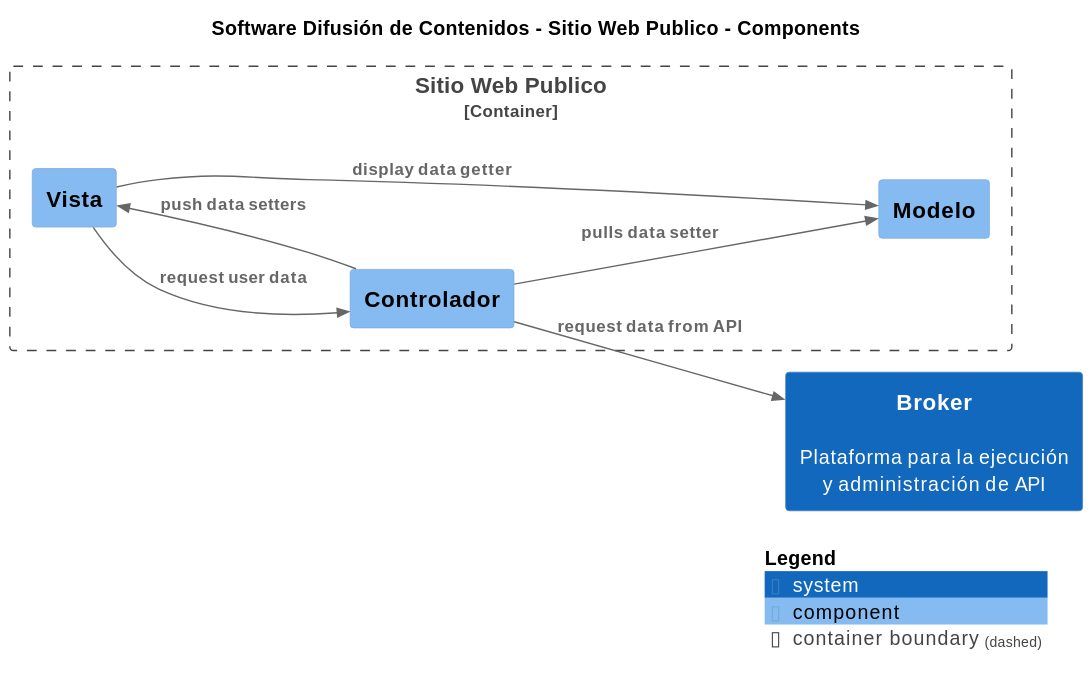
Earlier version of the PlantUML export build/site/svg/Component-001-Component-001.svg (nbrx/c4-dcc-arq). Its source is kept beside it as build/site/puml/Component-001-Component-001.puml. Source of this version:
```plantuml
@startuml
set separator none
title Software Difusión de Contenidos - Sitio Web Publico - Components

left to right direction

!include <C4/C4>
!include <C4/C4_Context>
!include <C4/C4_Component>

skinparam svgDimensionStyle false
skinparam preserveAspectRatio meet
System(Broker, "Broker", "Plataforma para la ejecución y administración de API", $tags="")[[../../broker/context/]]

Container_Boundary("SoftwareDifusióndeContenidos.SitioWebPublico_boundary", "Sitio Web Publico", $tags="") {
  Component(SoftwareDifusióndeContenidos.SitioWebPublico.Modelo, "Modelo", "", $tags="")
  Component(SoftwareDifusióndeContenidos.SitioWebPublico.Vista, "Vista", "", $tags="")
  Component(SoftwareDifusióndeContenidos.SitioWebPublico.Controlador, "Controlador", "", $tags="")
}

Rel_D(SoftwareDifusióndeContenidos.SitioWebPublico.Controlador, SoftwareDifusióndeContenidos.SitioWebPublico.Modelo, "pulls data setter", $tags="")
Rel_D(SoftwareDifusióndeContenidos.SitioWebPublico.Controlador, SoftwareDifusióndeContenidos.SitioWebPublico.Vista, "push data setters", $tags="")
Rel_D(SoftwareDifusióndeContenidos.SitioWebPublico.Vista, SoftwareDifusióndeContenidos.SitioWebPublico.Controlador, "request user data", $tags="")
Rel_D(SoftwareDifusióndeContenidos.SitioWebPublico.Vista, SoftwareDifusióndeContenidos.SitioWebPublico.Modelo, "display data getter", $tags="")
Rel_D(SoftwareDifusióndeContenidos.SitioWebPublico.Controlador, Broker, "request data from API", $tags="")

SHOW_LEGEND(true)
@enduml
```
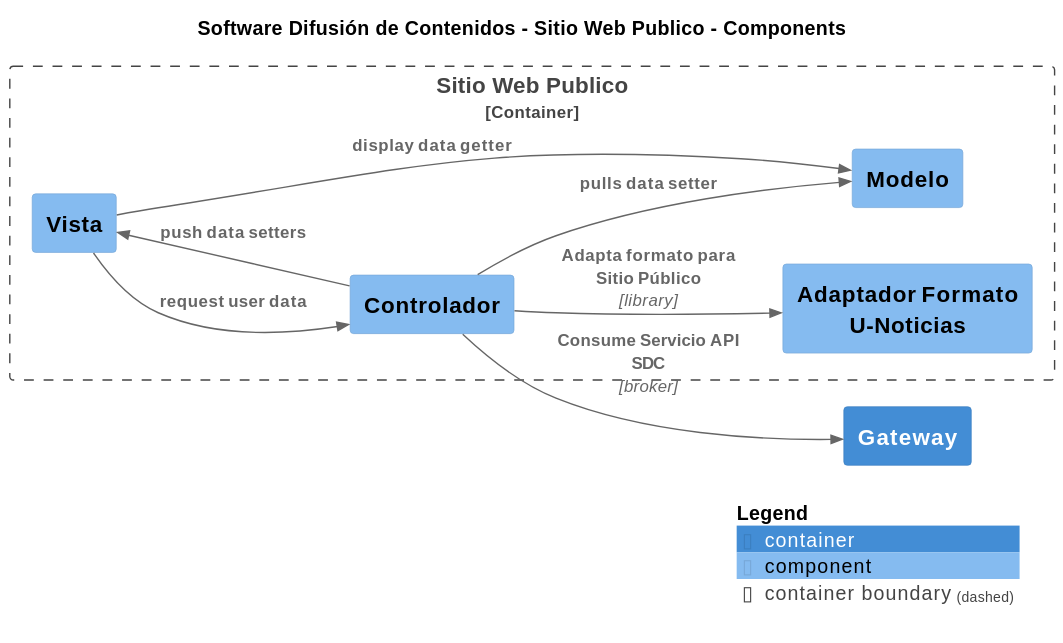
Later version of the same file.

Diff of the diagram source:
```diff
@@ -6,23 +6,26 @@
 
 !include <C4/C4>
 !include <C4/C4_Context>
+!include <C4/C4_Container>
 !include <C4/C4_Component>
 
 skinparam svgDimensionStyle false
 skinparam preserveAspectRatio meet
-System(Broker, "Broker", "Plataforma para la ejecución y administración de API", $tags="")[[../../broker/context/]]
+Container(SoftwareDifusióndeContenidos.Gateway, "Gateway", "", $tags="")
 
 Container_Boundary("SoftwareDifusióndeContenidos.SitioWebPublico_boundary", "Sitio Web Publico", $tags="") {
   Component(SoftwareDifusióndeContenidos.SitioWebPublico.Modelo, "Modelo", "", $tags="")
   Component(SoftwareDifusióndeContenidos.SitioWebPublico.Vista, "Vista", "", $tags="")
   Component(SoftwareDifusióndeContenidos.SitioWebPublico.Controlador, "Controlador", "", $tags="")
+  Component(SoftwareDifusióndeContenidos.SitioWebPublico.AdaptadorFormatoUNoticias, "Adaptador Formato U-Noticias", "", $tags="")
 }
 
 Rel_D(SoftwareDifusióndeContenidos.SitioWebPublico.Controlador, SoftwareDifusióndeContenidos.SitioWebPublico.Modelo, "pulls data setter", $tags="")
 Rel_D(SoftwareDifusióndeContenidos.SitioWebPublico.Controlador, SoftwareDifusióndeContenidos.SitioWebPublico.Vista, "push data setters", $tags="")
 Rel_D(SoftwareDifusióndeContenidos.SitioWebPublico.Vista, SoftwareDifusióndeContenidos.SitioWebPublico.Controlador, "request user data", $tags="")
 Rel_D(SoftwareDifusióndeContenidos.SitioWebPublico.Vista, SoftwareDifusióndeContenidos.SitioWebPublico.Modelo, "display data getter", $tags="")
-Rel_D(SoftwareDifusióndeContenidos.SitioWebPublico.Controlador, Broker, "request data from API", $tags="")
+Rel_D(SoftwareDifusióndeContenidos.SitioWebPublico.Controlador, SoftwareDifusióndeContenidos.Gateway, "Consume Servicio API SDC", "broker", $tags="")
+Rel_D(SoftwareDifusióndeContenidos.SitioWebPublico.Controlador, SoftwareDifusióndeContenidos.SitioWebPublico.AdaptadorFormatoUNoticias, "Adapta formato para Sitio Público", "library", $tags="")
 
 SHOW_LEGEND(true)
 @enduml
```
